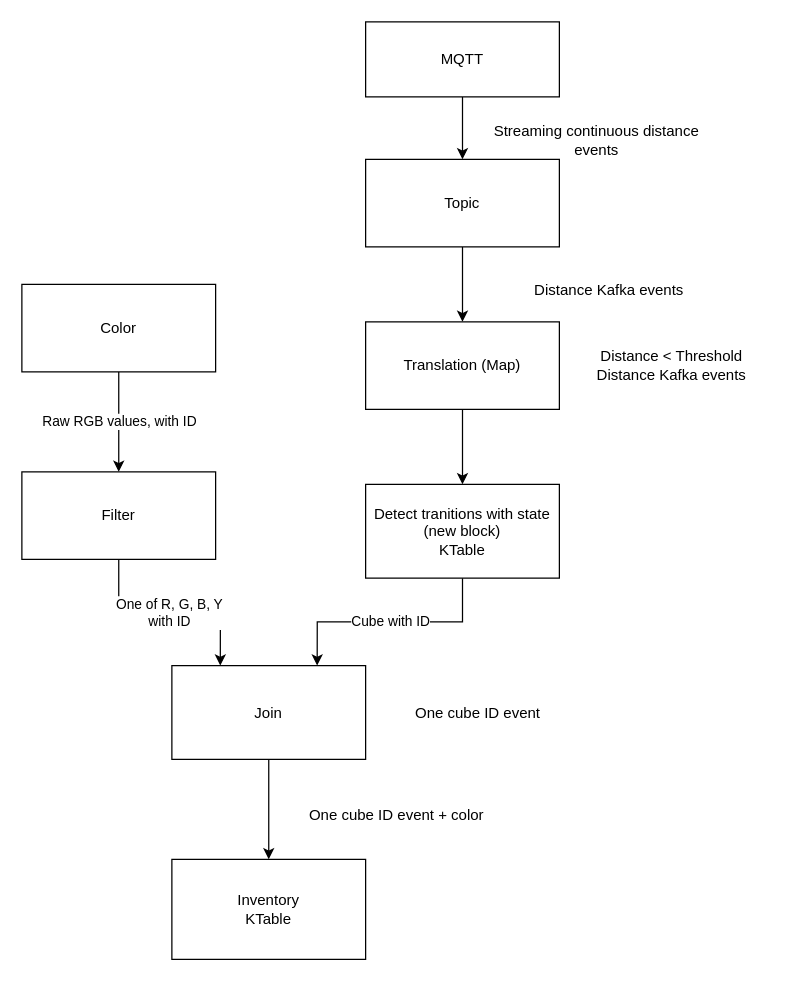
Above: doc/images/graphs/kafka-streaming-topology.drawio in ielpo/edpo-project-group1 (draw.io), before the change. Source tidied: cells renumbered, new cells numbered last; positions are measured from the earlier drawing's top-left corner, leaving out a move shared by most shapes. Both pictures are drawn from the tidied source at 125%, with x=0, y=0 at pixel (21, 21).
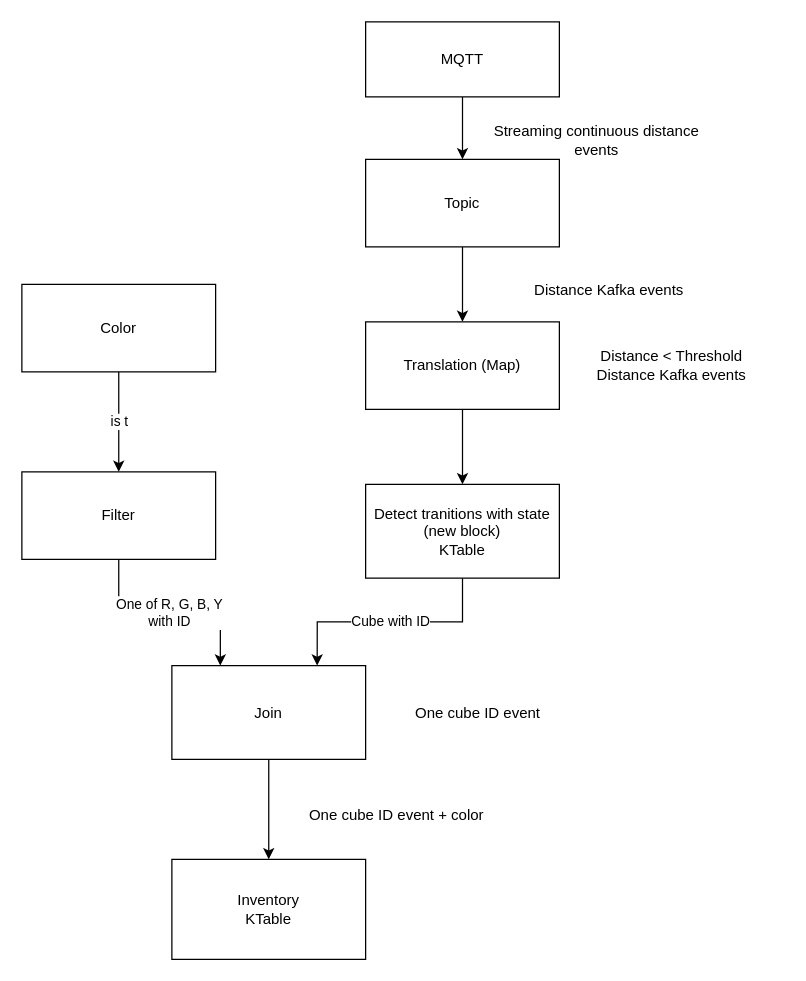
After the change.

Unchanged cells that the change refers to:
```xml
<mxCell id="11" value="Color" style="whiteSpace=wrap;html=1;" parent="1" vertex="1">
  <mxGeometry y="210" width="155" height="70" as="geometry" />
</mxCell>
<mxCell id="21" value="Filter" style="whiteSpace=wrap;html=1;" parent="1" vertex="1">
  <mxGeometry y="360" width="155" height="70" as="geometry" />
</mxCell>
```

Change to the diagram source:
```diff
@@
-    <mxCell id="10" value="Raw RGB values, with ID" style="edgeStyle=orthogonalEdgeStyle;rounded=0;jettySize=auto;html=1;entryX=0.5;entryY=0;entryDx=0;entryDy=0;" parent="1" edge="1" source="11" target="21">
+    <mxCell id="10" value="is t" style="edgeStyle=orthogonalEdgeStyle;rounded=0;jettySize=auto;html=1;entryX=0.5;entryY=0;entryDx=0;entryDy=0;" parent="1" edge="1" source="11" target="21">
       <mxGeometry relative="1" as="geometry" />
     </mxCell>
```
